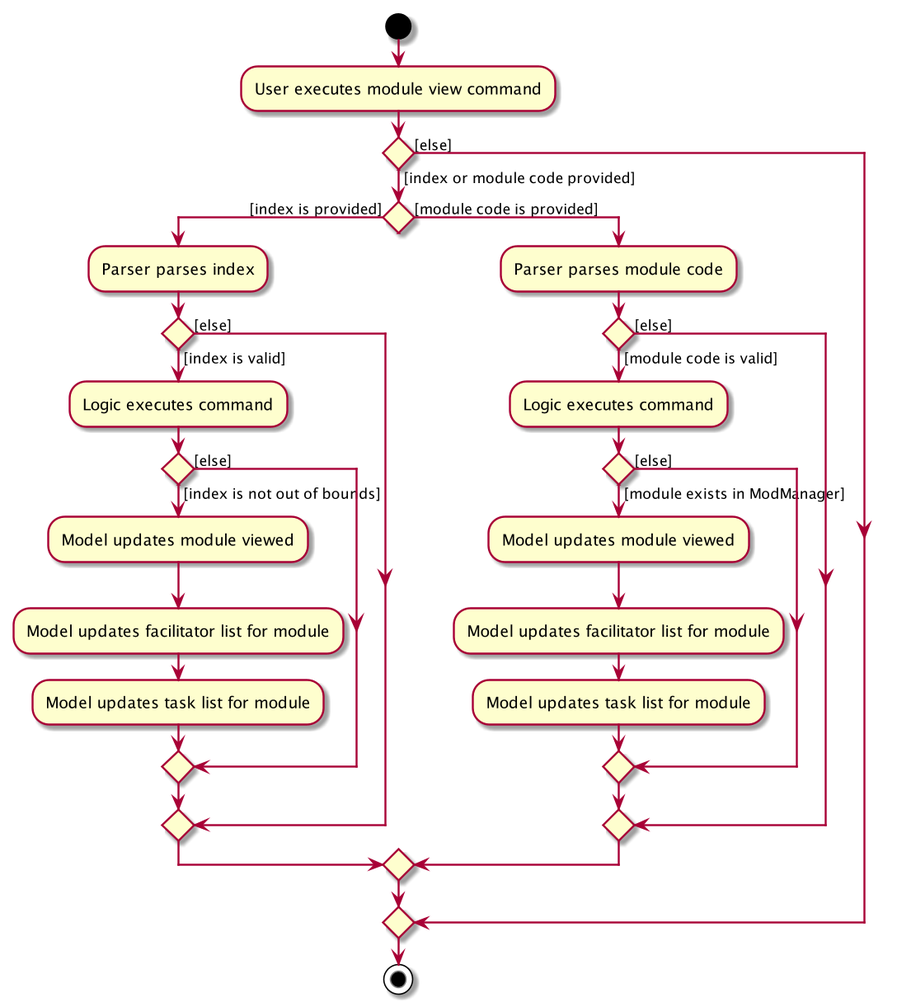
This is docs/images/ModuleViewActivityDiagram.png from zixinn/main, a PlantUML export, as it was before one commit. The source it was exported from:
```plantuml
@startuml
start
:User executes module view command;
if () then ([index or module code provided])
    if () then ([index is provided])
        :Parser parses index;
        if () then ([index is valid])
            :Logic executes command;
            if () then ([index is not out of bounds])
                :Model updates module viewed;
                :Model updates facilitator list for module;
                :Model updates task list for module;
            else ([else])
            endif
        else ([else])
        endif
    else ([module code is provided])
        :Parser parses module code;
        if () then ([module code is valid])
            :Logic executes command;
            if () then ([module exists in ModManager])
                :Model updates module viewed;
                :Model updates facilitator list for module;
                :Model updates task list for module;
            else ([else])
            endif
        else ([else])
        endif
    endif
else ([else])
endif
stop
@enduml
```
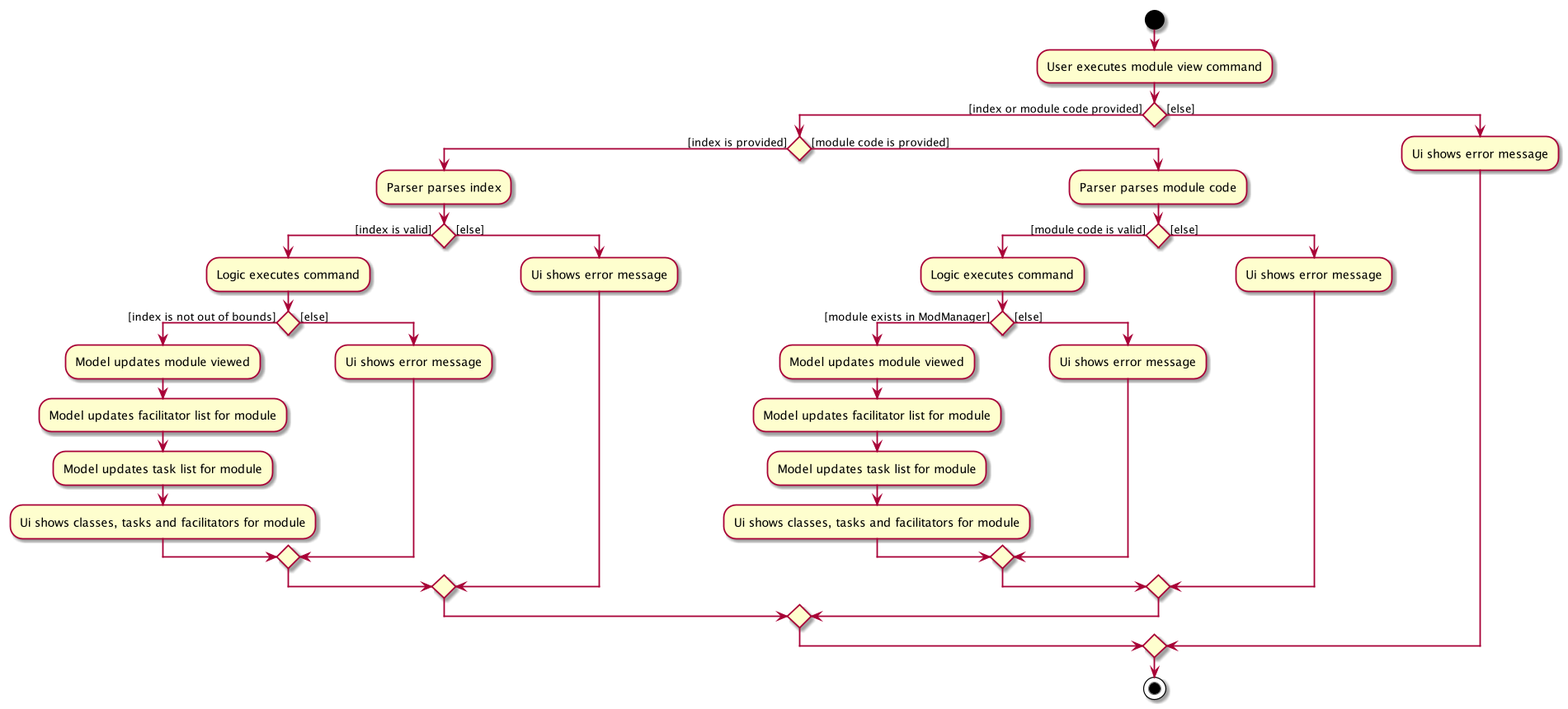
After the change.

What changed in the source:
```diff
@@ -10,9 +10,12 @@
                 :Model updates module viewed;
                 :Model updates facilitator list for module;
                 :Model updates task list for module;
+                :Ui shows classes, tasks and facilitators for module;
             else ([else])
+                :Ui shows error message;
             endif
         else ([else])
+            :Ui shows error message;
         endif
     else ([module code is provided])
         :Parser parses module code;
@@ -22,12 +25,16 @@
                 :Model updates module viewed;
                 :Model updates facilitator list for module;
                 :Model updates task list for module;
+                :Ui shows classes, tasks and facilitators for module;
             else ([else])
+                :Ui shows error message;
             endif
         else ([else])
+            :Ui shows error message;
         endif
     endif
 else ([else])
+    :Ui shows error message;
 endif
 stop
 @enduml
```
